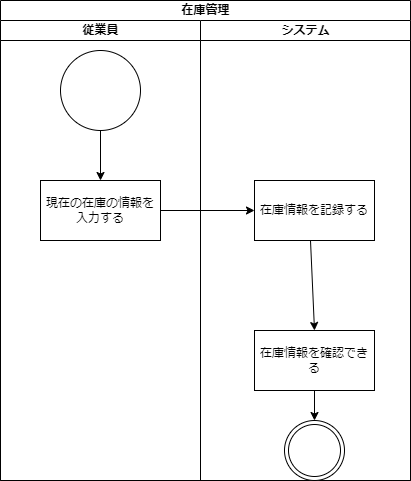
Above: psp4/アクティビティ図_在庫管理.drawio.png in MasakiHiguchi/--- (draw.io), before the change. Source tidied: cells renumbered, new cells last; positions are measured from the earlier drawing's top-left corner, leaving out a move shared by most shapes.
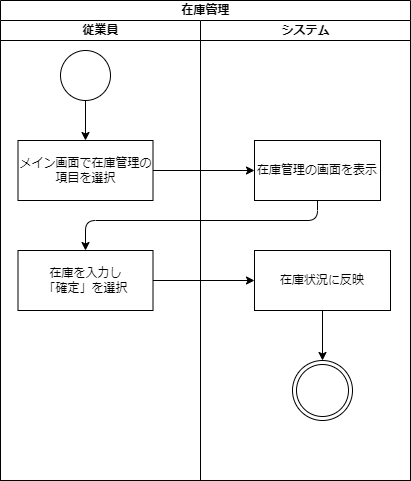
The same file after the commit.

What changed in the source:
```diff
@@ -9,40 +9,45 @@
       <mxGeometry y="20" width="200" height="460" as="geometry" />
     </mxCell>
     <mxCell id="4" style="ellipse;whiteSpace=wrap;html=1;" parent="3" vertex="1">
-      <mxGeometry x="60" y="30" width="80" height="80" as="geometry" />
+      <mxGeometry x="60" y="30" width="50" height="50" as="geometry" />
     </mxCell>
-    <mxCell id="5" value="現在の在庫の情報を入力する" style="rounded=0;whiteSpace=wrap;html=1;" parent="3" vertex="1">
-      <mxGeometry x="40" y="160" width="120" height="60" as="geometry" />
+    <mxCell id="5" value="メイン画面で在庫管理の項目を選択" style="rounded=0;whiteSpace=wrap;html=1;" parent="3" vertex="1">
+      <mxGeometry x="17.5" y="120" width="135" height="60" as="geometry" />
     </mxCell>
-    <mxCell id="6" style="endArrow=classic;html=1;entryX=0.5;entryY=0;entryDx=0;entryDy=0;" parent="3" edge="1" target="5">
-      <mxGeometry relative="1" as="geometry">
-        <mxPoint x="100" y="110" as="sourcePoint" />
-      </mxGeometry>
+    <mxCell id="6" style="endArrow=classic;html=1;entryX=0.5;entryY=0;entryDx=0;entryDy=0;exitX=0.5;exitY=1;exitDx=0;exitDy=0;" parent="3" edge="1" source="4" target="5">
+      <mxGeometry relative="1" as="geometry" />
     </mxCell>
-    <mxCell id="7" style="endArrow=classic;html=1;entryX=0;entryY=0.5;entryDx=0;entryDy=0;" parent="3" edge="1" target="9">
-      <mxGeometry relative="1" as="geometry">
-        <mxPoint x="160" y="190" as="sourcePoint" />
-      </mxGeometry>
-    </mxCell>
+    <mxCell id="10" value="在庫を入力し&lt;br&gt;「確定」を選択" style="rounded=0;whiteSpace=wrap;html=1;" parent="3" vertex="1">
+      <mxGeometry x="17.5" y="230" width="135" height="60" as="geometry" />
+    </mxCell>
     <mxCell id="8" value="システム" style="swimlane;startSize=20;html=1;" parent="2" vertex="1">
       <mxGeometry x="200" y="20" width="210" height="460" as="geometry" />
     </mxCell>
-    <mxCell id="9" value="在庫情報を記録する" style="rounded=0;whiteSpace=wrap;html=1;" parent="8" vertex="1">
-      <mxGeometry x="54" y="160" width="120" height="60" as="geometry" />
+    <mxCell id="9" value="在庫管理の画面を表示" style="rounded=0;whiteSpace=wrap;html=1;" parent="8" vertex="1">
+      <mxGeometry x="54" y="120" width="126" height="60" as="geometry" />
     </mxCell>
-    <mxCell id="10" style="edgeStyle=none;html=1;exitX=0.5;exitY=1;exitDx=0;exitDy=0;entryX=0.5;entryY=0;entryDx=0;entryDy=0;" parent="8" edge="1" source="11" target="13">
-      <mxGeometry relative="1" as="geometry" />
-    </mxCell>
-    <mxCell id="11" value="在庫情報を確認できる" style="rounded=0;whiteSpace=wrap;html=1;" parent="8" vertex="1">
-      <mxGeometry x="54" y="310" width="120" height="60" as="geometry" />
-    </mxCell>
-    <mxCell id="12" style="endArrow=classic;html=1;entryX=0.5;entryY=0;entryDx=0;entryDy=0;" parent="8" edge="1" target="11">
-      <mxGeometry relative="1" as="geometry">
-        <mxPoint x="110" y="220" as="sourcePoint" />
-      </mxGeometry>
-    </mxCell>
     <mxCell id="13" style="ellipse;shape=doubleEllipse;whiteSpace=wrap;html=1;" parent="8" vertex="1">
-      <mxGeometry x="84" y="400" width="60" height="60" as="geometry" />
+      <mxGeometry x="92" y="340" width="60" height="60" as="geometry" />
     </mxCell>
+    <mxCell id="14" style="edgeStyle=none;html=1;exitX=0.5;exitY=1;exitDx=0;exitDy=0;entryX=0.5;entryY=0;entryDx=0;entryDy=0;" parent="8" edge="1" source="15" target="13">
+      <mxGeometry relative="1" as="geometry" />
+    </mxCell>
+    <mxCell id="15" value="在庫状況に反映" style="rounded=0;whiteSpace=wrap;html=1;" parent="8" vertex="1">
+      <mxGeometry x="54" y="230" width="136" height="60" as="geometry" />
+    </mxCell>
+    <mxCell id="7" style="endArrow=classic;html=1;entryX=0;entryY=0.5;entryDx=0;entryDy=0;exitX=1;exitY=0.5;exitDx=0;exitDy=0;" parent="2" edge="1" source="5" target="9">
+      <mxGeometry relative="1" as="geometry" />
+    </mxCell>
+    <mxCell id="16" style="edgeStyle=none;html=1;exitX=0.5;exitY=1;exitDx=0;exitDy=0;entryX=0.5;entryY=0;entryDx=0;entryDy=0;" parent="2" edge="1" source="9" target="10">
+      <mxGeometry relative="1" as="geometry">
+        <Array as="points">
+          <mxPoint x="317" y="220" />
+          <mxPoint x="85" y="220" />
+        </Array>
+      </mxGeometry>
+    </mxCell>
+    <mxCell id="17" style="edgeStyle=none;html=1;exitX=1;exitY=0.5;exitDx=0;exitDy=0;entryX=0;entryY=0.5;entryDx=0;entryDy=0;" parent="2" edge="1" source="10" target="15">
+      <mxGeometry relative="1" as="geometry" />
+    </mxCell>
   </root>
 </mxGraphModel>
```
